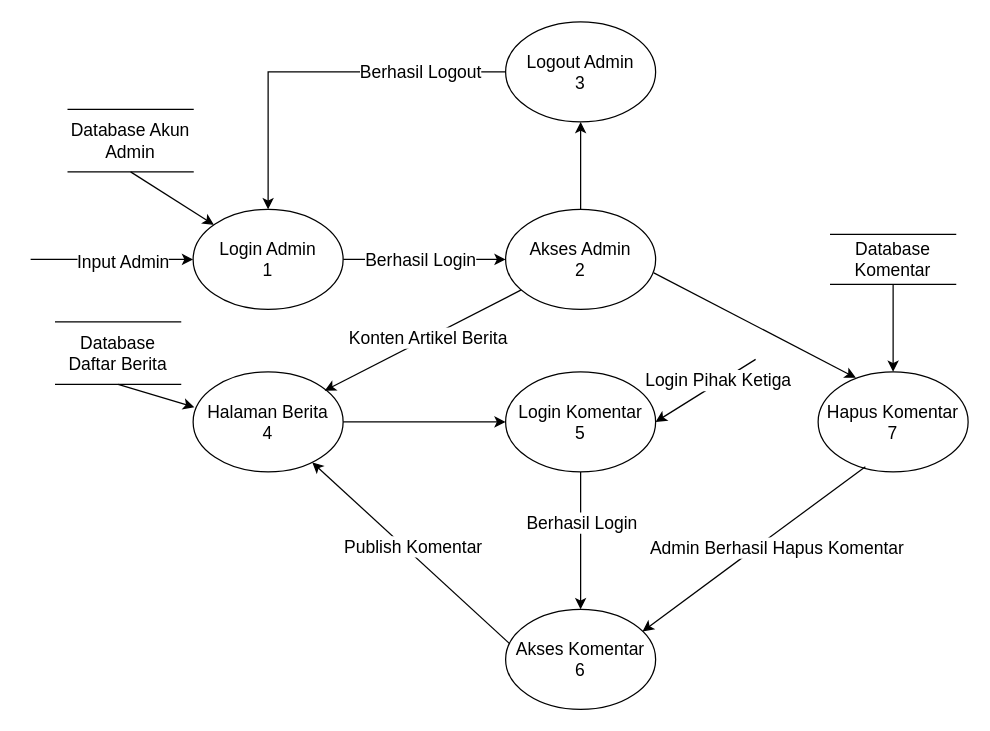
MFaisal00359/Kamu-nanyeaa keeps this draw.io diagram as page "Page-1" (1 of 8) of Exercise.drawio. Above is the earlier version. Source tidied: cells renumbered, new cells numbered last; positions are measured from the earlier drawing's top-left corner, leaving out a move shared by most shapes. Both pictures are drawn from the tidied source at 125%, with x=0, y=0 at pixel (30, 21).
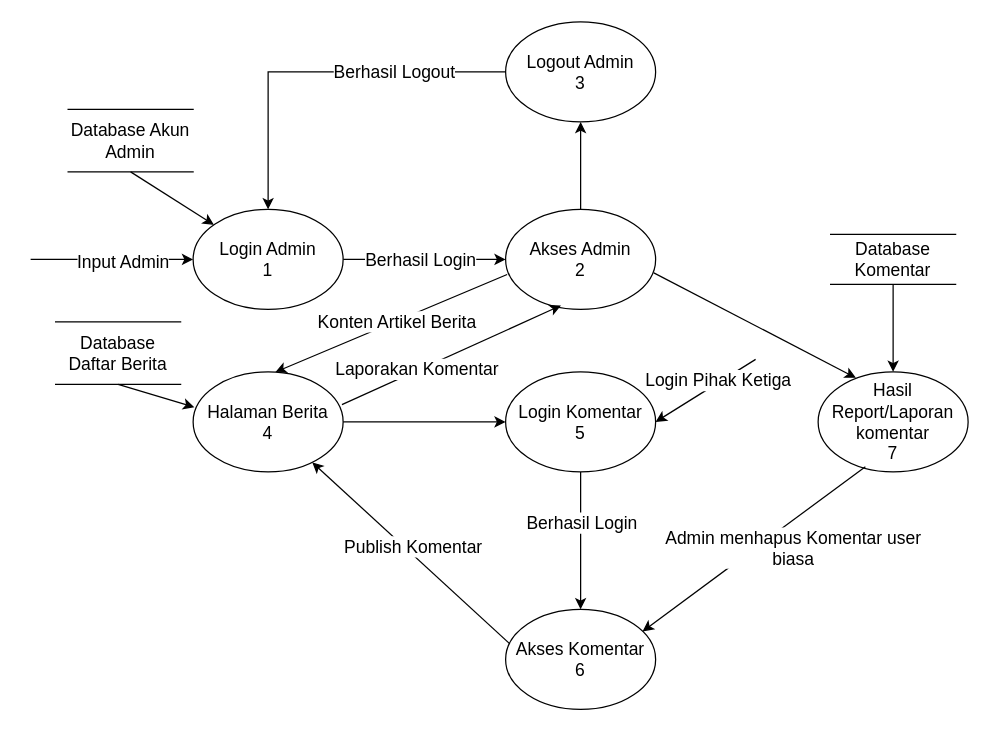
The same diagram, later.

Unchanged cells that the change refers to:
```xml
<mxCell id="6" value="Akses Admin&lt;br style=&quot;font-size: 14px;&quot;&gt;2" style="ellipse;whiteSpace=wrap;html=1;fontSize=14;" parent="1" vertex="1">
  <mxGeometry x="380" y="150" width="120" height="80" as="geometry" />
</mxCell>
<mxCell id="9" style="edgeStyle=orthogonalEdgeStyle;rounded=0;jettySize=auto;html=1;fontSize=14;" parent="1" edge="1" source="11" target="4">
  <mxGeometry relative="1" as="geometry" />
</mxCell>
<mxCell id="13" value="Halaman Berita&lt;br style=&quot;font-size: 14px;&quot;&gt;4" style="ellipse;whiteSpace=wrap;html=1;fontSize=14;" parent="1" vertex="1">
  <mxGeometry x="130" y="280" width="120" height="80" as="geometry" />
</mxCell>
<mxCell id="29" style="endArrow=classic;html=1;rounded=0;exitX=0.315;exitY=0.948;exitDx=0;exitDy=0;entryX=0.913;entryY=0.22;entryDx=0;entryDy=0;entryPerimeter=0;exitPerimeter=0;fontSize=14;" parent="1" edge="1" source="28" target="14">
  <mxGeometry relative="1" as="geometry" />
</mxCell>
```

Diff of the diagram source:
```diff
@@
     <mxCell id="10" value="Berhasil Logout" style="edgeLabel;html=1;align=center;verticalAlign=middle;fontSize=14;" parent="9" vertex="1">
-      <mxGeometry x="-0.54" y="-1" relative="1" as="geometry" />
+      <mxGeometry x="-0.54" y="-1" relative="1" as="geometry">
+        <mxPoint x="-21" as="offset" />
+      </mxGeometry>
     </mxCell>
@@
-    <mxCell id="18" style="endArrow=classic;html=1;rounded=0;entryX=0.877;entryY=0.188;entryDx=0;entryDy=0;entryPerimeter=0;fontSize=14;" parent="1" edge="1" source="6" target="13">
+    <mxCell id="18" style="endArrow=classic;html=1;rounded=0;entryX=0.548;entryY=0.002;entryDx=0;entryDy=0;entryPerimeter=0;fontSize=14;exitX=0.01;exitY=0.651;exitDx=0;exitDy=0;exitPerimeter=0;" parent="1" edge="1" source="6" target="13">
       <mxGeometry relative="1" as="geometry" />
     </mxCell>
@@
-    <mxCell id="28" value="Hapus Komentar&lt;br style=&quot;font-size: 14px;&quot;&gt;7" style="ellipse;whiteSpace=wrap;html=1;fontSize=14;" parent="1" vertex="1">
+    <mxCell id="28" value="Hasil Report/Laporan komentar&lt;br&gt;7" style="ellipse;whiteSpace=wrap;html=1;fontSize=14;" parent="1" vertex="1">
       <mxGeometry x="630" y="280" width="120" height="80" as="geometry" />
     </mxCell>
@@
-    <mxCell id="30" value="Admin Berhasil Hapus Komentar" style="edgeLabel;html=1;align=center;verticalAlign=middle;fontSize=14;" parent="29" vertex="1">
+    <mxCell id="30" value="Admin menhapus Komentar user&lt;br&gt;biasa" style="edgeLabel;html=1;align=center;verticalAlign=middle;fontSize=14;" parent="29" vertex="1">
       <mxGeometry x="-0.2" relative="1" as="geometry">
-        <mxPoint y="12" as="offset" />
+        <mxPoint x="13" y="12" as="offset" />
       </mxGeometry>
     </mxCell>
@@
+    <mxCell id="34" style="endArrow=classic;html=1;rounded=0;exitX=0.992;exitY=0.328;exitDx=0;exitDy=0;exitPerimeter=0;entryX=0.369;entryY=0.961;entryDx=0;entryDy=0;entryPerimeter=0;" parent="1" edge="1" source="13" target="6">
+      <mxGeometry relative="1" as="geometry" />
+    </mxCell>
+    <mxCell id="35" value="Laporakan Komentar" style="edgeLabel;html=1;align=center;verticalAlign=middle;fontSize=14;" parent="34" vertex="1">
+      <mxGeometry x="-0.31" y="2" relative="1" as="geometry" />
+    </mxCell>
```
